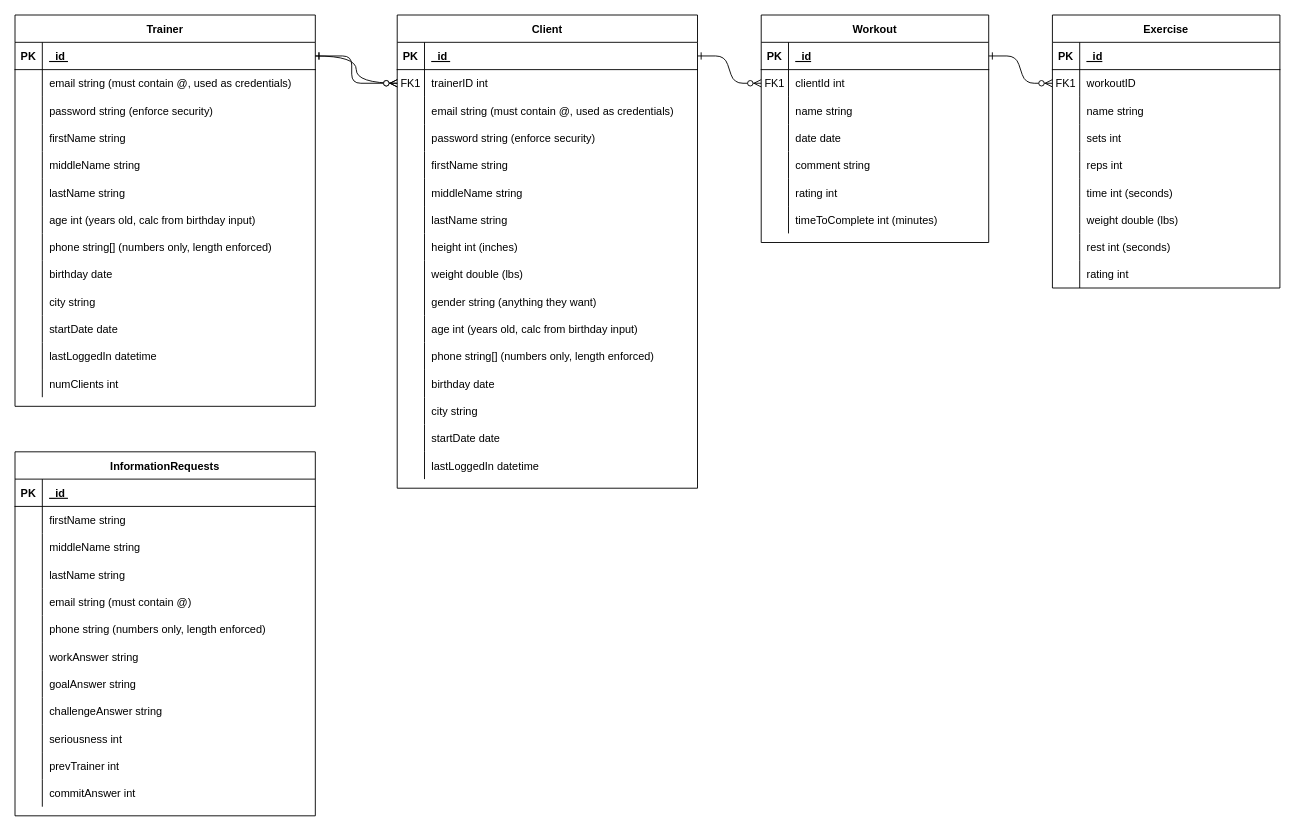
The draw.io diagram Diagrams/CG-ERD.drawio in glerichartwell/COP4331-Large-Project, before the edit. Source tidied: cells renumbered, new cells numbered last; positions are measured from the earlier drawing's top-left corner, leaving out a move shared by most shapes. Both pictures are drawn from the tidied source at 91%, with x=0, y=0 at pixel (15, 15).
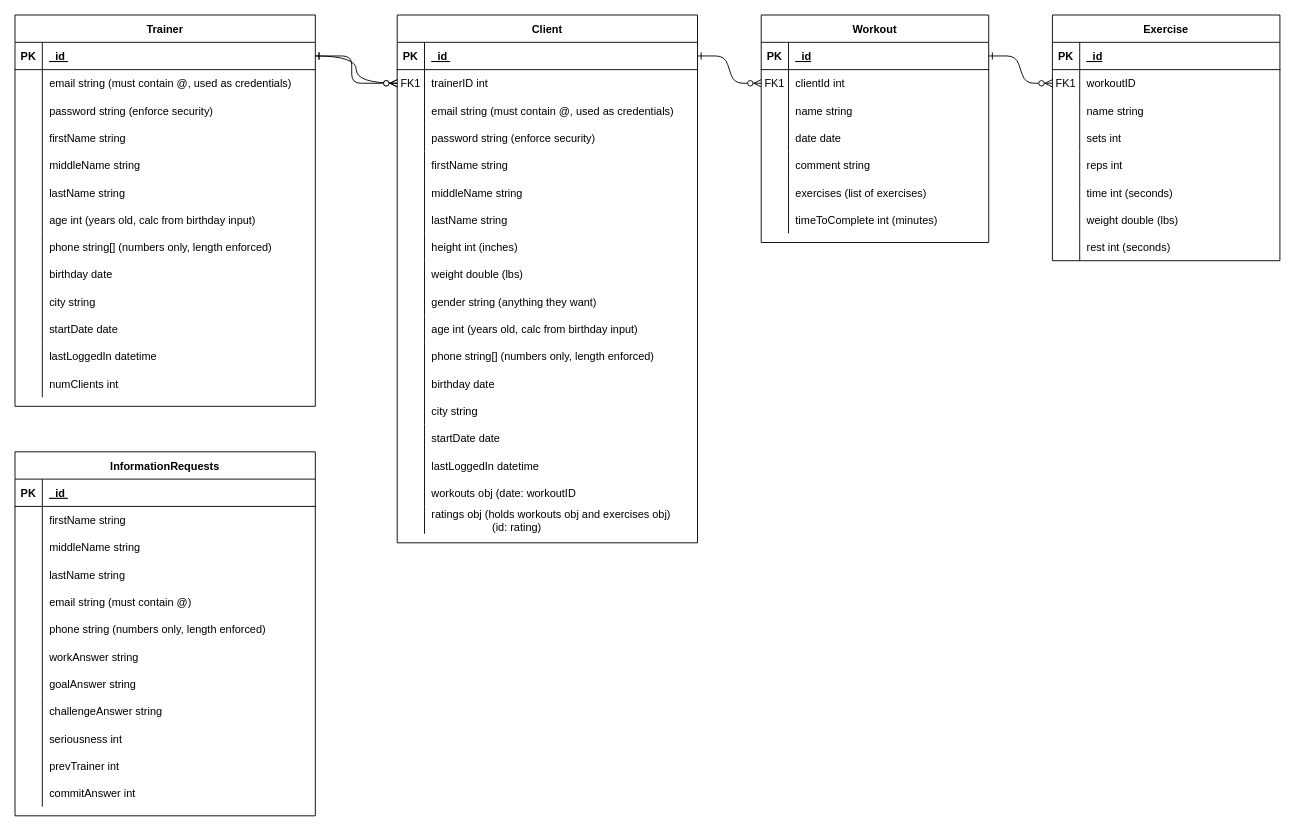
Above is the later version.

Unchanged cells that the change refers to:
```xml
<mxCell id="20" style="shape=partialRectangle;fillColor=none;top=0;left=0;right=0;bottom=0;" parent="4" vertex="1">
  <mxGeometry y="180" width="250" height="30" as="geometry" />
</mxCell>
```

What changed in the source:
```diff
@@
-<mxGraphModel>
+<mxGraphModel background="#ffffff">
@@
-    <mxCell id="22" value="rating int" style="shape=partialRectangle;overflow=hidden;fillColor=none;top=0;left=0;bottom=0;right=0;align=left;spacingLeft=6;" parent="20" vertex="1">
+    <mxCell id="22" value="exercises (list of exercises)" style="shape=partialRectangle;overflow=hidden;fillColor=none;top=0;left=0;bottom=0;right=0;align=left;spacingLeft=6;" parent="20" vertex="1">
       <mxGeometry x="30" width="220" height="30" as="geometry" />
     </mxCell>
@@
     <mxCell id="26" value="Exercise" style="shape=table;startSize=30;childLayout=tableLayout;rowLines=0;fontStyle=1;align=center;" parent="1" vertex="1">
-      <mxGeometry x="1140" width="250" height="300" as="geometry" />
+      <mxGeometry x="1140" width="250" height="270" as="geometry" />
     </mxCell>
@@
-    <mxCell id="51" style="shape=partialRectangle;fillColor=none;top=0;left=0;right=0;bottom=0;" parent="26" vertex="1">
-      <mxGeometry y="270" width="250" height="30" as="geometry" />
-    </mxCell>
-    <mxCell id="52" style="shape=partialRectangle;overflow=hidden;fillColor=none;top=0;left=0;bottom=0;right=0;" parent="51" vertex="1">
-      <mxGeometry width="30" height="30" as="geometry" />
-    </mxCell>
-    <mxCell id="53" value="rating int" style="shape=partialRectangle;overflow=hidden;fillColor=none;top=0;left=0;bottom=0;right=0;align=left;spacingLeft=6;" parent="51" vertex="1">
-      <mxGeometry x="30" width="220" height="30" as="geometry" />
-    </mxCell>
     <mxCell id="54" value="Client" style="shape=table;startSize=30;childLayout=tableLayout;rowLines=0;fontStyle=1;align=center;" parent="1" vertex="1">
-      <mxGeometry x="420" width="330" height="520" as="geometry" />
+      <mxGeometry x="420" width="330" height="580" as="geometry" />
     </mxCell>
@@
+    <mxCell id="182" style="shape=partialRectangle;fillColor=none;top=0;left=0;right=0;bottom=0;" parent="54" vertex="1">
+      <mxGeometry y="510" width="330" height="30" as="geometry" />
+    </mxCell>
+    <mxCell id="183" style="shape=partialRectangle;overflow=hidden;fillColor=none;top=0;left=0;bottom=0;right=0;" parent="182" vertex="1">
+      <mxGeometry width="30" height="30" as="geometry" />
+    </mxCell>
+    <mxCell id="184" value="workouts obj (date: workoutID" style="shape=partialRectangle;overflow=hidden;fillColor=none;top=0;left=0;bottom=0;right=0;align=left;spacingLeft=6;" parent="182" vertex="1">
+      <mxGeometry x="30" width="300" height="30" as="geometry" />
+    </mxCell>
+    <mxCell id="185" style="shape=partialRectangle;fillColor=none;top=0;left=0;right=0;bottom=0;" parent="54" vertex="1">
+      <mxGeometry y="540" width="330" height="30" as="geometry" />
+    </mxCell>
+    <mxCell id="186" style="shape=partialRectangle;overflow=hidden;fillColor=none;top=0;left=0;bottom=0;right=0;" parent="185" vertex="1">
+      <mxGeometry width="30" height="30" as="geometry" />
+    </mxCell>
+    <mxCell id="187" value="ratings obj (holds workouts obj and exercises obj)&#10;                    (id: rating)" style="shape=partialRectangle;overflow=hidden;fillColor=none;top=0;left=0;bottom=0;right=0;align=left;spacingLeft=6;" parent="185" vertex="1">
+      <mxGeometry x="30" width="300" height="30" as="geometry" />
+    </mxCell>
```
